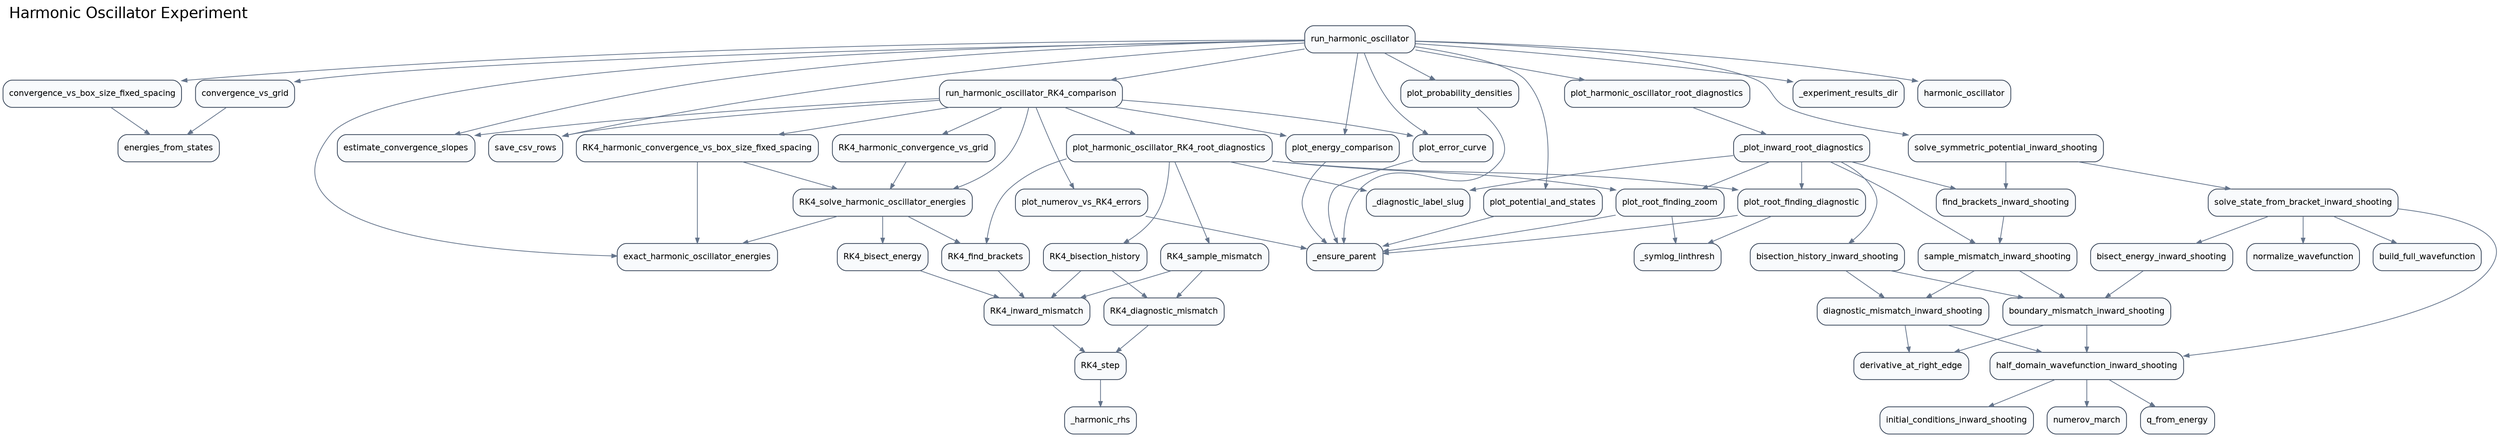
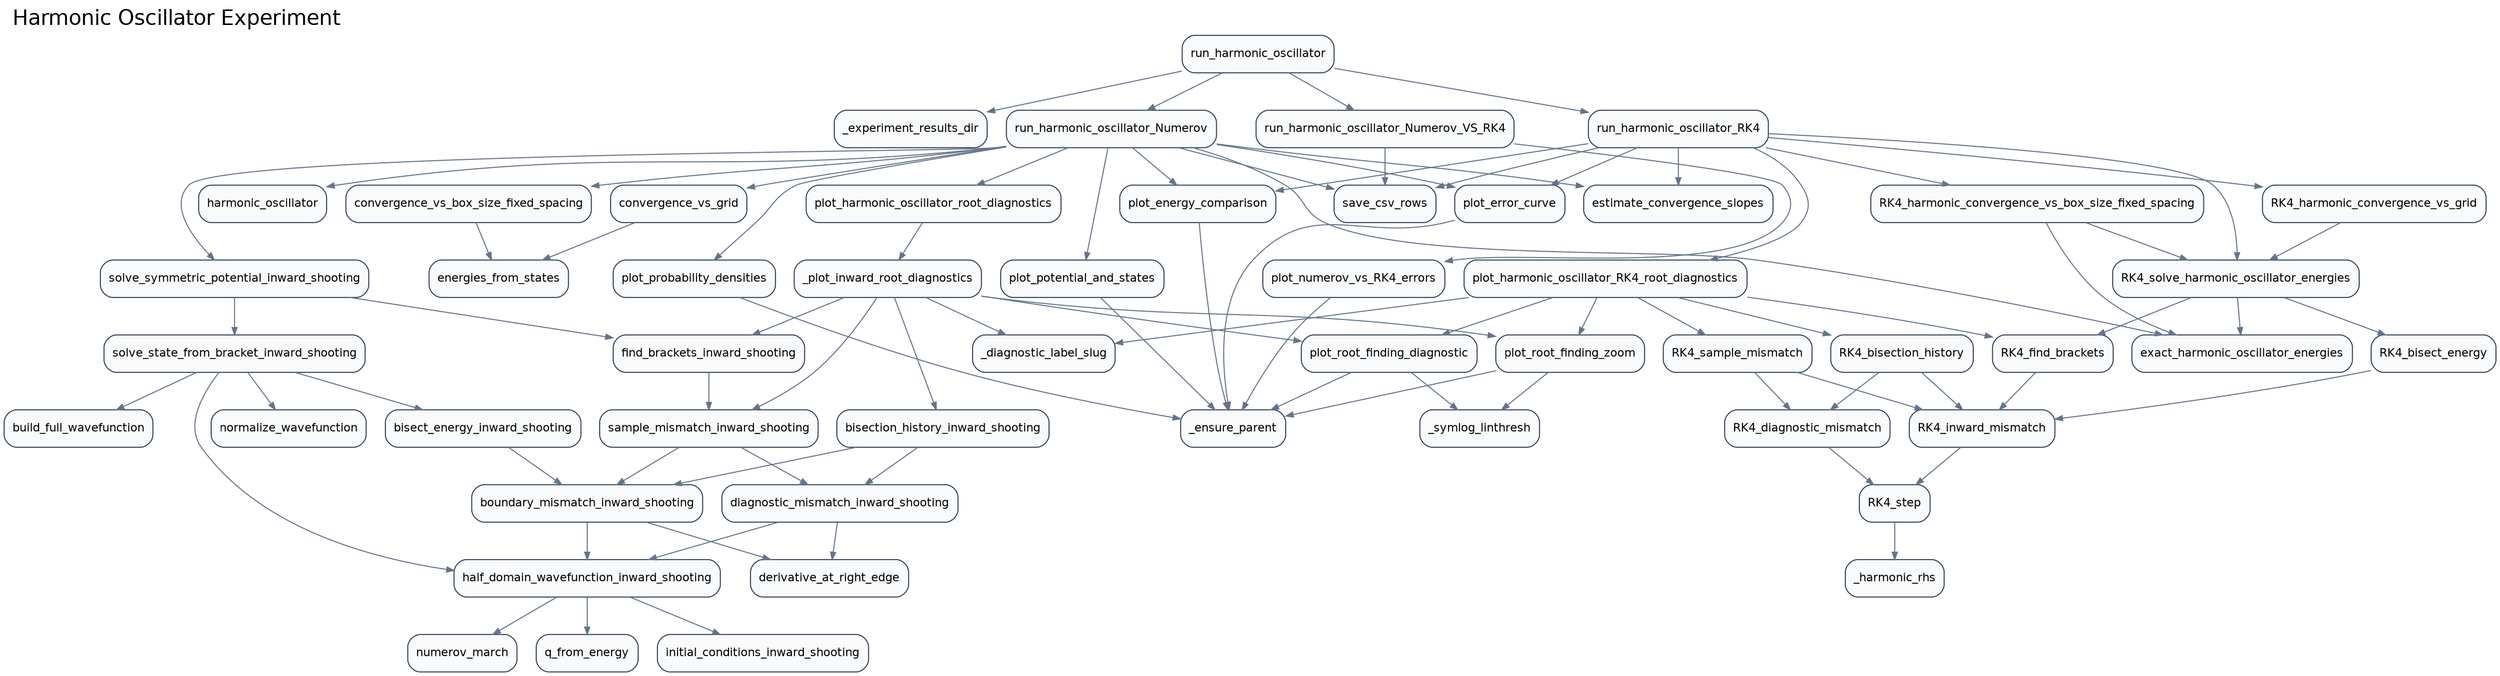
digraph G {
  rankdir="TB";
  graph [labeljust="l", labelloc="t", fontsize=20, fontname="Helvetica"];
  label="Harmonic Oscillator Experiment";
  node [shape=box, style="rounded,filled", fillcolor="#F8FAFC", color="#334155", fontname="Helvetica", fontsize=11];
  edge [color="#64748B", arrowsize=0.7];
  src_analysis_convergence_vs_box_size_fixed_spacing [label="convergence_vs_box_size_fixed_spacing"];
  src_analysis_convergence_vs_grid [label="convergence_vs_grid"];
  src_analysis_energies_from_states [label="energies_from_states"];
  src_analysis_estimate_convergence_slopes [label="estimate_convergence_slopes"];
  src_analysis_exact_harmonic_oscillator_energies [label="exact_harmonic_oscillator_energies"];
  src_analysis_save_csv_rows [label="save_csv_rows"];
  src_diagnostics__diagnostic_label_slug [label="_diagnostic_label_slug"];
  src_diagnostics__plot_inward_root_diagnostics [label="_plot_inward_root_diagnostics"];
  src_diagnostics_plot_harmonic_oscillator_RK4_root_diagnostics [label="plot_harmonic_oscillator_RK4_root_diagnostics"];
  src_diagnostics_plot_harmonic_oscillator_root_diagnostics [label="plot_harmonic_oscillator_root_diagnostics"];
  src_experiments__experiment_results_dir [label="_experiment_results_dir"];
  src_experiments_run_harmonic_oscillator [label="run_harmonic_oscillator"];
-   src_experiments_run_harmonic_oscillator_RK4_comparison [label="run_harmonic_oscillator_RK4_comparison"];
+   src_experiments_run_harmonic_oscillator_Numerov [label="run_harmonic_oscillator_Numerov"];
+   src_experiments_run_harmonic_oscillator_Numerov_VS_RK4 [label="run_harmonic_oscillator_Numerov_VS_RK4"];
+   src_experiments_run_harmonic_oscillator_RK4 [label="run_harmonic_oscillator_RK4"];
  src_numerov_derivative_at_right_edge [label="derivative_at_right_edge"];
  src_numerov_normalize_wavefunction [label="normalize_wavefunction"];
  src_numerov_numerov_march [label="numerov_march"];
  src_numerov_q_from_energy [label="q_from_energy"];
  src_plotting__ensure_parent [label="_ensure_parent"];
  src_plotting__symlog_linthresh [label="_symlog_linthresh"];
  src_plotting_plot_energy_comparison [label="plot_energy_comparison"];
  src_plotting_plot_error_curve [label="plot_error_curve"];
  src_plotting_plot_numerov_vs_RK4_errors [label="plot_numerov_vs_RK4_errors"];
  src_plotting_plot_potential_and_states [label="plot_potential_and_states"];
  src_plotting_plot_probability_densities [label="plot_probability_densities"];
  src_plotting_plot_root_finding_diagnostic [label="plot_root_finding_diagnostic"];
  src_plotting_plot_root_finding_zoom [label="plot_root_finding_zoom"];
  src_potentials_harmonic_oscillator [label="harmonic_oscillator"];
  src_rk4_compare_RK4_bisect_energy [label="RK4_bisect_energy"];
  src_rk4_compare_RK4_bisection_history [label="RK4_bisection_history"];
  src_rk4_compare_RK4_diagnostic_mismatch [label="RK4_diagnostic_mismatch"];
  src_rk4_compare_RK4_find_brackets [label="RK4_find_brackets"];
  src_rk4_compare_RK4_harmonic_convergence_vs_box_size_fixed_spacing [label="RK4_harmonic_convergence_vs_box_size_fixed_spacing"];
  src_rk4_compare_RK4_harmonic_convergence_vs_grid [label="RK4_harmonic_convergence_vs_grid"];
  src_rk4_compare_RK4_inward_mismatch [label="RK4_inward_mismatch"];
  src_rk4_compare_RK4_sample_mismatch [label="RK4_sample_mismatch"];
  src_rk4_compare_RK4_solve_harmonic_oscillator_energies [label="RK4_solve_harmonic_oscillator_energies"];
  src_rk4_compare_RK4_step [label="RK4_step"];
  src_rk4_compare__harmonic_rhs [label="_harmonic_rhs"];
  src_shooting_bisect_energy_inward_shooting [label="bisect_energy_inward_shooting"];
  src_shooting_bisection_history_inward_shooting [label="bisection_history_inward_shooting"];
  src_shooting_boundary_mismatch_inward_shooting [label="boundary_mismatch_inward_shooting"];
  src_shooting_build_full_wavefunction [label="build_full_wavefunction"];
  src_shooting_diagnostic_mismatch_inward_shooting [label="diagnostic_mismatch_inward_shooting"];
  src_shooting_find_brackets_inward_shooting [label="find_brackets_inward_shooting"];
  src_shooting_half_domain_wavefunction_inward_shooting [label="half_domain_wavefunction_inward_shooting"];
  src_shooting_initial_conditions_inward_shooting [label="initial_conditions_inward_shooting"];
  src_shooting_sample_mismatch_inward_shooting [label="sample_mismatch_inward_shooting"];
  src_shooting_solve_state_from_bracket_inward_shooting [label="solve_state_from_bracket_inward_shooting"];
  src_shooting_solve_symmetric_potential_inward_shooting [label="solve_symmetric_potential_inward_shooting"];
  src_analysis_convergence_vs_box_size_fixed_spacing -> src_analysis_energies_from_states;
  src_analysis_convergence_vs_grid -> src_analysis_energies_from_states;
  src_diagnostics__plot_inward_root_diagnostics -> src_diagnostics__diagnostic_label_slug;
  src_diagnostics__plot_inward_root_diagnostics -> src_plotting_plot_root_finding_diagnostic;
  src_diagnostics__plot_inward_root_diagnostics -> src_plotting_plot_root_finding_zoom;
  src_diagnostics__plot_inward_root_diagnostics -> src_shooting_bisection_history_inward_shooting;
  src_diagnostics__plot_inward_root_diagnostics -> src_shooting_find_brackets_inward_shooting;
  src_diagnostics__plot_inward_root_diagnostics -> src_shooting_sample_mismatch_inward_shooting;
  src_diagnostics_plot_harmonic_oscillator_RK4_root_diagnostics -> src_diagnostics__diagnostic_label_slug;
  src_diagnostics_plot_harmonic_oscillator_RK4_root_diagnostics -> src_plotting_plot_root_finding_diagnostic;
  src_diagnostics_plot_harmonic_oscillator_RK4_root_diagnostics -> src_plotting_plot_root_finding_zoom;
  src_diagnostics_plot_harmonic_oscillator_RK4_root_diagnostics -> src_rk4_compare_RK4_bisection_history;
  src_diagnostics_plot_harmonic_oscillator_RK4_root_diagnostics -> src_rk4_compare_RK4_find_brackets;
  src_diagnostics_plot_harmonic_oscillator_RK4_root_diagnostics -> src_rk4_compare_RK4_sample_mismatch;
  src_diagnostics_plot_harmonic_oscillator_root_diagnostics -> src_diagnostics__plot_inward_root_diagnostics;
-   src_experiments_run_harmonic_oscillator -> src_analysis_convergence_vs_box_size_fixed_spacing;
-   src_experiments_run_harmonic_oscillator -> src_analysis_convergence_vs_grid;
-   src_experiments_run_harmonic_oscillator -> src_analysis_estimate_convergence_slopes;
-   src_experiments_run_harmonic_oscillator -> src_analysis_exact_harmonic_oscillator_energies;
-   src_experiments_run_harmonic_oscillator -> src_analysis_save_csv_rows;
-   src_experiments_run_harmonic_oscillator -> src_diagnostics_plot_harmonic_oscillator_root_diagnostics;
  src_experiments_run_harmonic_oscillator -> src_experiments__experiment_results_dir;
-   src_experiments_run_harmonic_oscillator -> src_experiments_run_harmonic_oscillator_RK4_comparison;
-   src_experiments_run_harmonic_oscillator -> src_plotting_plot_energy_comparison;
-   src_experiments_run_harmonic_oscillator -> src_plotting_plot_error_curve;
-   src_experiments_run_harmonic_oscillator -> src_plotting_plot_potential_and_states;
-   src_experiments_run_harmonic_oscillator -> src_plotting_plot_probability_densities;
-   src_experiments_run_harmonic_oscillator -> src_potentials_harmonic_oscillator;
-   src_experiments_run_harmonic_oscillator -> src_shooting_solve_symmetric_potential_inward_shooting;
-   src_experiments_run_harmonic_oscillator_RK4_comparison -> src_analysis_estimate_convergence_slopes;
-   src_experiments_run_harmonic_oscillator_RK4_comparison -> src_analysis_save_csv_rows;
-   src_experiments_run_harmonic_oscillator_RK4_comparison -> src_diagnostics_plot_harmonic_oscillator_RK4_root_diagnostics;
-   src_experiments_run_harmonic_oscillator_RK4_comparison -> src_plotting_plot_energy_comparison;
-   src_experiments_run_harmonic_oscillator_RK4_comparison -> src_plotting_plot_error_curve;
-   src_experiments_run_harmonic_oscillator_RK4_comparison -> src_plotting_plot_numerov_vs_RK4_errors;
-   src_experiments_run_harmonic_oscillator_RK4_comparison -> src_rk4_compare_RK4_harmonic_convergence_vs_box_size_fixed_spacing;
-   src_experiments_run_harmonic_oscillator_RK4_comparison -> src_rk4_compare_RK4_harmonic_convergence_vs_grid;
-   src_experiments_run_harmonic_oscillator_RK4_comparison -> src_rk4_compare_RK4_solve_harmonic_oscillator_energies;
+   src_experiments_run_harmonic_oscillator -> src_experiments_run_harmonic_oscillator_Numerov;
+   src_experiments_run_harmonic_oscillator -> src_experiments_run_harmonic_oscillator_Numerov_VS_RK4;
+   src_experiments_run_harmonic_oscillator -> src_experiments_run_harmonic_oscillator_RK4;
+   src_experiments_run_harmonic_oscillator_Numerov -> src_analysis_convergence_vs_box_size_fixed_spacing;
+   src_experiments_run_harmonic_oscillator_Numerov -> src_analysis_convergence_vs_grid;
+   src_experiments_run_harmonic_oscillator_Numerov -> src_analysis_estimate_convergence_slopes;
+   src_experiments_run_harmonic_oscillator_Numerov -> src_analysis_exact_harmonic_oscillator_energies;
+   src_experiments_run_harmonic_oscillator_Numerov -> src_analysis_save_csv_rows;
+   src_experiments_run_harmonic_oscillator_Numerov -> src_diagnostics_plot_harmonic_oscillator_root_diagnostics;
+   src_experiments_run_harmonic_oscillator_Numerov -> src_plotting_plot_energy_comparison;
+   src_experiments_run_harmonic_oscillator_Numerov -> src_plotting_plot_error_curve;
+   src_experiments_run_harmonic_oscillator_Numerov -> src_plotting_plot_potential_and_states;
+   src_experiments_run_harmonic_oscillator_Numerov -> src_plotting_plot_probability_densities;
+   src_experiments_run_harmonic_oscillator_Numerov -> src_potentials_harmonic_oscillator;
+   src_experiments_run_harmonic_oscillator_Numerov -> src_shooting_solve_symmetric_potential_inward_shooting;
+   src_experiments_run_harmonic_oscillator_Numerov_VS_RK4 -> src_analysis_save_csv_rows;
+   src_experiments_run_harmonic_oscillator_Numerov_VS_RK4 -> src_plotting_plot_numerov_vs_RK4_errors;
+   src_experiments_run_harmonic_oscillator_RK4 -> src_analysis_estimate_convergence_slopes;
+   src_experiments_run_harmonic_oscillator_RK4 -> src_analysis_save_csv_rows;
+   src_experiments_run_harmonic_oscillator_RK4 -> src_diagnostics_plot_harmonic_oscillator_RK4_root_diagnostics;
+   src_experiments_run_harmonic_oscillator_RK4 -> src_plotting_plot_energy_comparison;
+   src_experiments_run_harmonic_oscillator_RK4 -> src_plotting_plot_error_curve;
+   src_experiments_run_harmonic_oscillator_RK4 -> src_rk4_compare_RK4_harmonic_convergence_vs_box_size_fixed_spacing;
+   src_experiments_run_harmonic_oscillator_RK4 -> src_rk4_compare_RK4_harmonic_convergence_vs_grid;
+   src_experiments_run_harmonic_oscillator_RK4 -> src_rk4_compare_RK4_solve_harmonic_oscillator_energies;
  src_plotting_plot_energy_comparison -> src_plotting__ensure_parent;
  src_plotting_plot_error_curve -> src_plotting__ensure_parent;
  src_plotting_plot_numerov_vs_RK4_errors -> src_plotting__ensure_parent;
  src_plotting_plot_potential_and_states -> src_plotting__ensure_parent;
  src_plotting_plot_probability_densities -> src_plotting__ensure_parent;
  src_plotting_plot_root_finding_diagnostic -> src_plotting__ensure_parent;
  src_plotting_plot_root_finding_diagnostic -> src_plotting__symlog_linthresh;
  src_plotting_plot_root_finding_zoom -> src_plotting__ensure_parent;
  src_plotting_plot_root_finding_zoom -> src_plotting__symlog_linthresh;
  src_rk4_compare_RK4_bisect_energy -> src_rk4_compare_RK4_inward_mismatch;
  src_rk4_compare_RK4_bisection_history -> src_rk4_compare_RK4_diagnostic_mismatch;
  src_rk4_compare_RK4_bisection_history -> src_rk4_compare_RK4_inward_mismatch;
  src_rk4_compare_RK4_diagnostic_mismatch -> src_rk4_compare_RK4_step;
  src_rk4_compare_RK4_find_brackets -> src_rk4_compare_RK4_inward_mismatch;
  src_rk4_compare_RK4_harmonic_convergence_vs_box_size_fixed_spacing -> src_analysis_exact_harmonic_oscillator_energies;
  src_rk4_compare_RK4_harmonic_convergence_vs_box_size_fixed_spacing -> src_rk4_compare_RK4_solve_harmonic_oscillator_energies;
  src_rk4_compare_RK4_harmonic_convergence_vs_grid -> src_rk4_compare_RK4_solve_harmonic_oscillator_energies;
  src_rk4_compare_RK4_inward_mismatch -> src_rk4_compare_RK4_step;
  src_rk4_compare_RK4_sample_mismatch -> src_rk4_compare_RK4_diagnostic_mismatch;
  src_rk4_compare_RK4_sample_mismatch -> src_rk4_compare_RK4_inward_mismatch;
  src_rk4_compare_RK4_solve_harmonic_oscillator_energies -> src_analysis_exact_harmonic_oscillator_energies;
  src_rk4_compare_RK4_solve_harmonic_oscillator_energies -> src_rk4_compare_RK4_bisect_energy;
  src_rk4_compare_RK4_solve_harmonic_oscillator_energies -> src_rk4_compare_RK4_find_brackets;
  src_rk4_compare_RK4_step -> src_rk4_compare__harmonic_rhs;
  src_shooting_bisect_energy_inward_shooting -> src_shooting_boundary_mismatch_inward_shooting;
  src_shooting_bisection_history_inward_shooting -> src_shooting_boundary_mismatch_inward_shooting;
  src_shooting_bisection_history_inward_shooting -> src_shooting_diagnostic_mismatch_inward_shooting;
  src_shooting_boundary_mismatch_inward_shooting -> src_numerov_derivative_at_right_edge;
  src_shooting_boundary_mismatch_inward_shooting -> src_shooting_half_domain_wavefunction_inward_shooting;
  src_shooting_diagnostic_mismatch_inward_shooting -> src_numerov_derivative_at_right_edge;
  src_shooting_diagnostic_mismatch_inward_shooting -> src_shooting_half_domain_wavefunction_inward_shooting;
  src_shooting_find_brackets_inward_shooting -> src_shooting_sample_mismatch_inward_shooting;
  src_shooting_half_domain_wavefunction_inward_shooting -> src_numerov_numerov_march;
  src_shooting_half_domain_wavefunction_inward_shooting -> src_numerov_q_from_energy;
  src_shooting_half_domain_wavefunction_inward_shooting -> src_shooting_initial_conditions_inward_shooting;
  src_shooting_sample_mismatch_inward_shooting -> src_shooting_boundary_mismatch_inward_shooting;
  src_shooting_sample_mismatch_inward_shooting -> src_shooting_diagnostic_mismatch_inward_shooting;
  src_shooting_solve_state_from_bracket_inward_shooting -> src_numerov_normalize_wavefunction;
  src_shooting_solve_state_from_bracket_inward_shooting -> src_shooting_bisect_energy_inward_shooting;
  src_shooting_solve_state_from_bracket_inward_shooting -> src_shooting_build_full_wavefunction;
  src_shooting_solve_state_from_bracket_inward_shooting -> src_shooting_half_domain_wavefunction_inward_shooting;
  src_shooting_solve_symmetric_potential_inward_shooting -> src_shooting_find_brackets_inward_shooting;
  src_shooting_solve_symmetric_potential_inward_shooting -> src_shooting_solve_state_from_bracket_inward_shooting;
}
